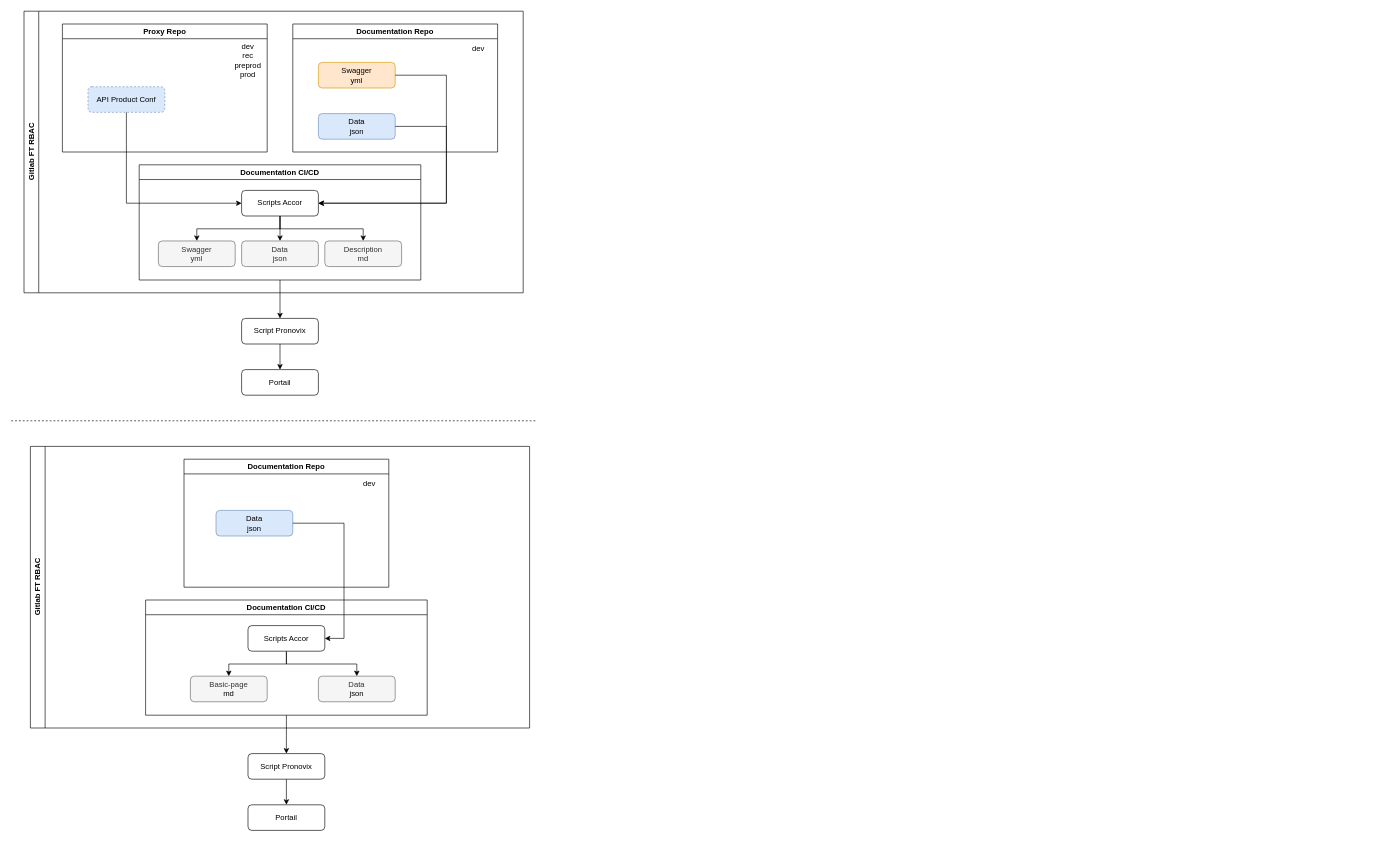
The draw.io diagram Pronovix-cicd-implementation.drawio in 41M3/draw.io, before the edit. Source tidied: cells renumbered, new cells numbered last; positions are measured from the earlier drawing's top-left corner, leaving out a move shared by most shapes. Both pictures are drawn from the tidied source at 64%, with x=0, y=0 at pixel (11, 11).
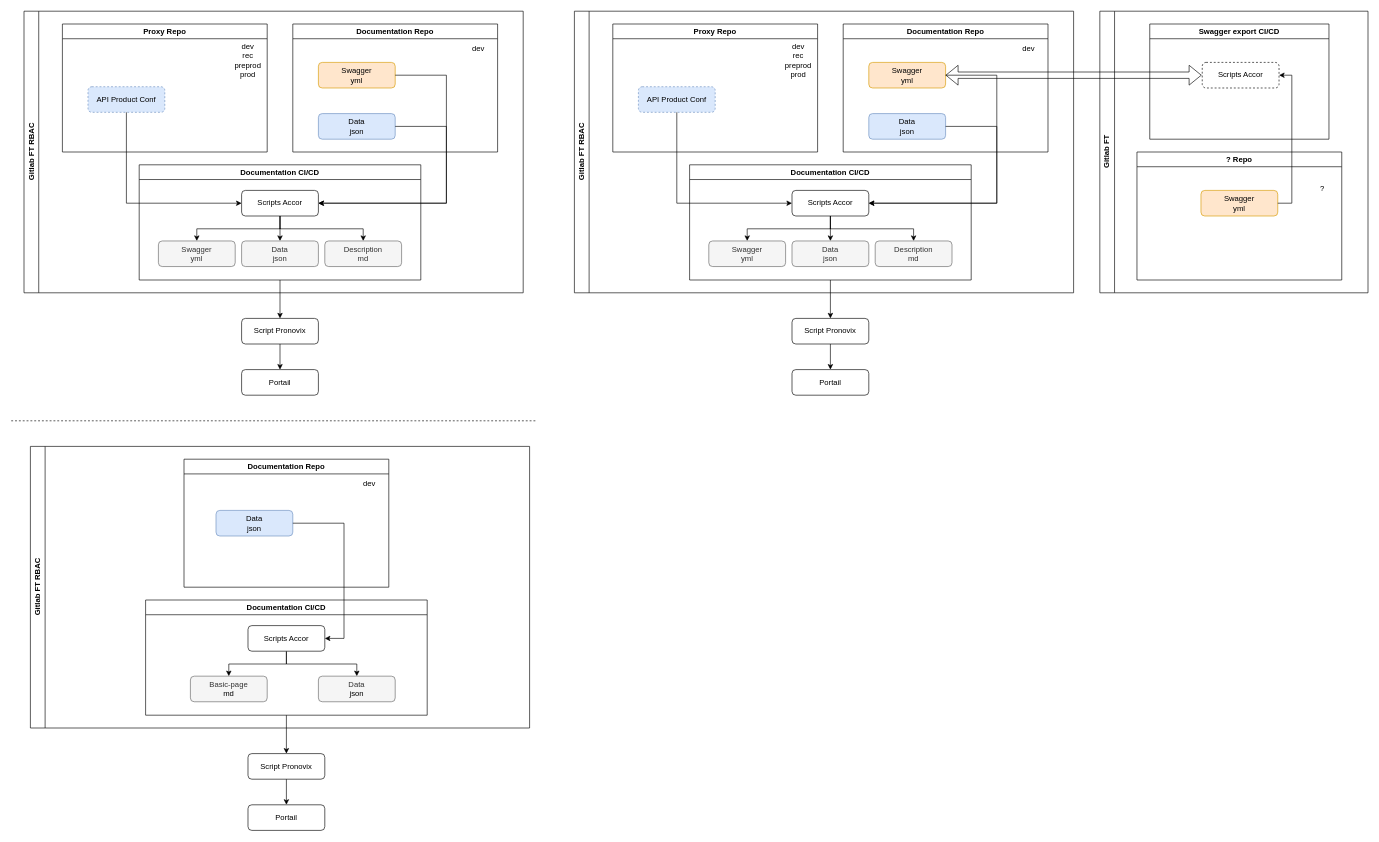
The same page after the edit.

Commit message:
Mettre à jour Pronovix-cicd-implementation.drawio

The edit, as a diff of the source:
```diff
@@
+    <mxCell id="41" value="Gitlab FT RBAC" style="swimlane;horizontal=0;whiteSpace=wrap;html=1;" parent="1" vertex="1">
+      <mxGeometry x="880" width="780" height="440" as="geometry" />
+    </mxCell>
+    <mxCell id="42" value="Proxy Repo" style="swimlane;whiteSpace=wrap;html=1;" parent="41" vertex="1">
+      <mxGeometry x="60" y="20" width="320" height="200" as="geometry" />
+    </mxCell>
+    <mxCell id="43" value="API Product Conf" style="rounded=1;whiteSpace=wrap;html=1;fillColor=#dae8fc;strokeColor=#6c8ebf;dashed=1;" parent="42" vertex="1">
+      <mxGeometry x="40" y="98" width="120" height="40" as="geometry" />
+    </mxCell>
+    <mxCell id="44" value="dev&lt;br&gt;rec&lt;br&gt;preprod&lt;br&gt;prod" style="text;html=1;strokeColor=none;fillColor=none;align=center;verticalAlign=middle;whiteSpace=wrap;rounded=0;" parent="42" vertex="1">
+      <mxGeometry x="260" y="23" width="60" height="68" as="geometry" />
+    </mxCell>
+    <mxCell id="45" value="Documentation Repo" style="swimlane;whiteSpace=wrap;html=1;" parent="41" vertex="1">
+      <mxGeometry x="420" y="20" width="320" height="200" as="geometry" />
+    </mxCell>
+    <mxCell id="46" value="Swagger&lt;br&gt;yml" style="rounded=1;whiteSpace=wrap;html=1;fillColor=#ffe6cc;strokeColor=#d79b00;" parent="45" vertex="1">
+      <mxGeometry x="40" y="60" width="120" height="40" as="geometry" />
+    </mxCell>
+    <mxCell id="47" value="Data&lt;br&gt;json" style="rounded=1;whiteSpace=wrap;html=1;fillColor=#dae8fc;strokeColor=#6c8ebf;" parent="45" vertex="1">
+      <mxGeometry x="40" y="140" width="120" height="40" as="geometry" />
+    </mxCell>
+    <mxCell id="48" value="dev" style="text;html=1;strokeColor=none;fillColor=none;align=center;verticalAlign=middle;whiteSpace=wrap;rounded=0;" parent="45" vertex="1">
+      <mxGeometry x="260" y="23" width="60" height="30" as="geometry" />
+    </mxCell>
+    <mxCell id="49" value="Documentation CI/CD" style="swimlane;whiteSpace=wrap;html=1;" parent="41" vertex="1">
+      <mxGeometry x="180" y="240" width="440" height="180" as="geometry" />
+    </mxCell>
+    <mxCell id="50" style="edgeStyle=orthogonalEdgeStyle;rounded=0;jettySize=auto;html=1;" parent="49" edge="1" source="53" target="56">
+      <mxGeometry relative="1" as="geometry">
+        <Array as="points">
+          <mxPoint x="220" y="100" />
+          <mxPoint x="90" y="100" />
+        </Array>
+      </mxGeometry>
+    </mxCell>
+    <mxCell id="51" style="edgeStyle=orthogonalEdgeStyle;rounded=0;jettySize=auto;html=1;" parent="49" edge="1" source="53" target="55">
+      <mxGeometry relative="1" as="geometry">
+        <Array as="points">
+          <mxPoint x="220" y="100" />
+          <mxPoint x="350" y="100" />
+        </Array>
+      </mxGeometry>
+    </mxCell>
+    <mxCell id="52" style="edgeStyle=orthogonalEdgeStyle;rounded=0;jettySize=auto;html=1;" parent="49" edge="1" source="53" target="54">
+      <mxGeometry relative="1" as="geometry" />
+    </mxCell>
+    <mxCell id="53" value="Scripts Accor" style="rounded=1;whiteSpace=wrap;html=1;" parent="49" vertex="1">
+      <mxGeometry x="160" y="40" width="120" height="40" as="geometry" />
+    </mxCell>
+    <mxCell id="54" value="Data&lt;br&gt;json" style="rounded=1;whiteSpace=wrap;html=1;fillColor=#f5f5f5;strokeColor=#666666;fontColor=#333333;" parent="49" vertex="1">
+      <mxGeometry x="160" y="119" width="120" height="40" as="geometry" />
+    </mxCell>
+    <mxCell id="55" value="Description&lt;br&gt;md" style="rounded=1;whiteSpace=wrap;html=1;fillColor=#f5f5f5;strokeColor=#666666;fontColor=#333333;" parent="49" vertex="1">
+      <mxGeometry x="290" y="119" width="120" height="40" as="geometry" />
+    </mxCell>
+    <mxCell id="56" value="Swagger&lt;br&gt;yml" style="rounded=1;whiteSpace=wrap;html=1;fillColor=#f5f5f5;strokeColor=#666666;fontColor=#333333;" parent="49" vertex="1">
+      <mxGeometry x="30" y="119" width="120" height="40" as="geometry" />
+    </mxCell>
+    <mxCell id="57" style="edgeStyle=orthogonalEdgeStyle;rounded=0;jettySize=auto;html=1;exitX=0.5;exitY=1;exitDx=0;exitDy=0;" parent="41" edge="1" source="43" target="53">
+      <mxGeometry relative="1" as="geometry">
+        <Array as="points">
+          <mxPoint x="160" y="300" />
+        </Array>
+      </mxGeometry>
+    </mxCell>
+    <mxCell id="58" style="edgeStyle=orthogonalEdgeStyle;rounded=0;jettySize=auto;html=1;exitX=1;exitY=0.5;exitDx=0;exitDy=0;" parent="41" edge="1" source="46" target="53">
+      <mxGeometry relative="1" as="geometry">
+        <Array as="points">
+          <mxPoint x="660" y="100" />
+          <mxPoint x="660" y="300" />
+        </Array>
+      </mxGeometry>
+    </mxCell>
+    <mxCell id="59" style="edgeStyle=orthogonalEdgeStyle;rounded=0;jettySize=auto;html=1;exitX=1;exitY=0.5;exitDx=0;exitDy=0;" parent="41" edge="1" source="47" target="53">
+      <mxGeometry relative="1" as="geometry">
+        <Array as="points">
+          <mxPoint x="660" y="180" />
+          <mxPoint x="660" y="300" />
+        </Array>
+      </mxGeometry>
+    </mxCell>
+    <mxCell id="60" value="Script Pronovix" style="rounded=1;whiteSpace=wrap;html=1;" parent="1" vertex="1">
+      <mxGeometry x="1220" y="480" width="120" height="40" as="geometry" />
+    </mxCell>
+    <mxCell id="61" value="Portail" style="rounded=1;whiteSpace=wrap;html=1;" parent="1" vertex="1">
+      <mxGeometry x="1220" y="560" width="120" height="40" as="geometry" />
+    </mxCell>
+    <mxCell id="62" style="edgeStyle=orthogonalEdgeStyle;rounded=0;jettySize=auto;html=1;" parent="1" edge="1" source="60" target="61">
+      <mxGeometry relative="1" as="geometry" />
+    </mxCell>
+    <mxCell id="63" style="edgeStyle=orthogonalEdgeStyle;rounded=0;jettySize=auto;html=1;" parent="1" edge="1" source="49" target="60">
+      <mxGeometry relative="1" as="geometry" />
+    </mxCell>
+    <mxCell id="64" value="Gitlab FT" style="swimlane;horizontal=0;whiteSpace=wrap;html=1;" parent="1" vertex="1">
+      <mxGeometry x="1701" width="419" height="440" as="geometry" />
+    </mxCell>
+    <mxCell id="65" value="? Repo" style="swimlane;whiteSpace=wrap;html=1;startSize=23;" parent="64" vertex="1">
+      <mxGeometry x="58" y="220" width="320" height="200" as="geometry" />
+    </mxCell>
+    <mxCell id="66" value="?" style="text;html=1;strokeColor=none;fillColor=none;align=center;verticalAlign=middle;whiteSpace=wrap;rounded=0;" parent="65" vertex="1">
+      <mxGeometry x="260" y="23" width="60" height="68" as="geometry" />
+    </mxCell>
+    <mxCell id="67" value="Swagger&lt;br&gt;yml" style="rounded=1;whiteSpace=wrap;html=1;fillColor=#ffe6cc;strokeColor=#d79b00;" parent="65" vertex="1">
+      <mxGeometry x="100" y="60" width="120" height="40" as="geometry" />
+    </mxCell>
+    <mxCell id="68" value="Swagger export CI/CD" style="swimlane;whiteSpace=wrap;html=1;" parent="64" vertex="1">
+      <mxGeometry x="78" y="20" width="280" height="180" as="geometry" />
+    </mxCell>
+    <mxCell id="69" value="Scripts Accor" style="rounded=1;whiteSpace=wrap;html=1;shadow=0;dashed=1;" parent="68" vertex="1">
+      <mxGeometry x="82" y="60" width="120" height="40" as="geometry" />
+    </mxCell>
+    <mxCell id="70" style="edgeStyle=orthogonalEdgeStyle;rounded=0;jettySize=auto;html=1;entryX=1;entryY=0.5;entryDx=0;entryDy=0;" parent="64" edge="1" source="67" target="69">
+      <mxGeometry relative="1" as="geometry">
+        <Array as="points">
+          <mxPoint x="300" y="300" />
+          <mxPoint x="300" y="100" />
+        </Array>
+      </mxGeometry>
+    </mxCell>
+    <mxCell id="71" style="shape=flexArrow;endArrow=classic;startArrow=classic;html=1;rounded=0;" parent="1" edge="1">
+      <mxGeometry relative="1" as="geometry">
+        <mxPoint x="1460" y="100" as="sourcePoint" />
+        <mxPoint x="1860" y="100" as="targetPoint" />
+      </mxGeometry>
+    </mxCell>
```
